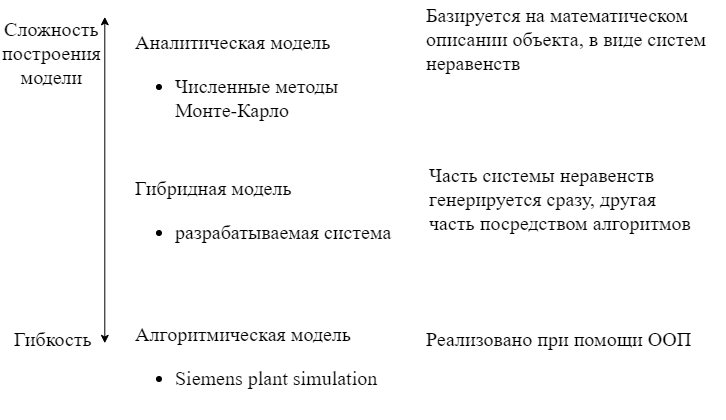
PaulKorepanow/diplom keeps this draw.io diagram as fig/IM_detalApp.png. Above is the earlier version. Source tidied: cells renumbered, new cells last; positions are measured from the earlier drawing's top-left corner, leaving out a move shared by most shapes.
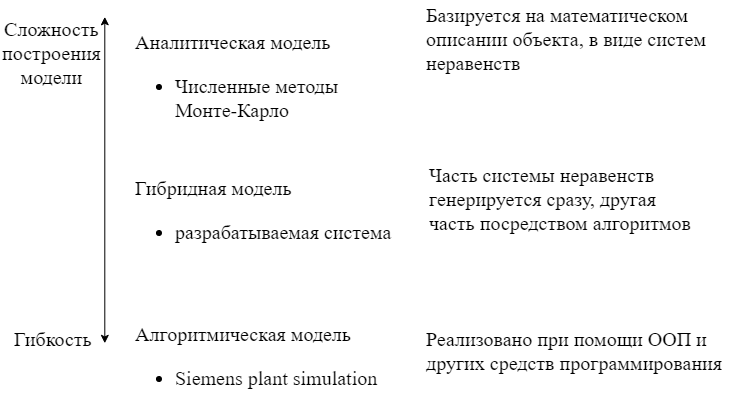
Above is the later version.

The edit, as a diff of the source:
```diff
@@ -3,7 +3,7 @@
     <mxCell id="0" />
     <mxCell id="1" parent="0" />
     <mxCell id="2" style="group;" parent="1" vertex="1">
-      <mxGeometry x="3" width="721.3" height="419" as="geometry" />
+      <mxGeometry x="3" width="731.3" height="419" as="geometry" />
     </mxCell>
     <mxCell id="3" style="endArrow=classic;startArrow=classic;html=1;" parent="2" edge="1">
       <mxGeometry relative="1" as="geometry">
@@ -26,8 +26,8 @@
     <mxCell id="8" value="Часть системы неравенств &lt;br&gt;генерируется сразу, другая &lt;br&gt;часть посредством&amp;nbsp;алгоритмов&lt;br&gt;" style="text;html=1;align=left;verticalAlign=top;spacingTop=-4;fontSize=20;fontFamily=Times New Roman;" parent="2" vertex="1">
       <mxGeometry x="424" y="159.6" width="280" height="70" as="geometry" />
     </mxCell>
-    <mxCell id="9" value="Реализовано при помощи ООП&lt;br&gt;" style="text;html=1;align=left;verticalAlign=top;spacingTop=-4;fontSize=20;fontFamily=Times New Roman;" parent="2" vertex="1">
-      <mxGeometry x="421.3" y="323.8" width="280" height="30" as="geometry" />
+    <mxCell id="9" value="Реализовано при помощи ООП и&lt;br&gt;других средств программирования&lt;br&gt;" style="text;html=1;align=left;verticalAlign=top;spacingTop=-4;fontSize=20;fontFamily=Times New Roman;" parent="2" vertex="1">
+      <mxGeometry x="421.3" y="323.8" width="310" height="50" as="geometry" />
     </mxCell>
     <mxCell id="10" value="Гибкость" style="text;html=1;align=left;verticalAlign=top;spacingTop=-4;fontSize=20;fontFamily=Times New Roman;" parent="2" vertex="1">
       <mxGeometry x="9" y="323.8" width="90" height="30" as="geometry" />
```
